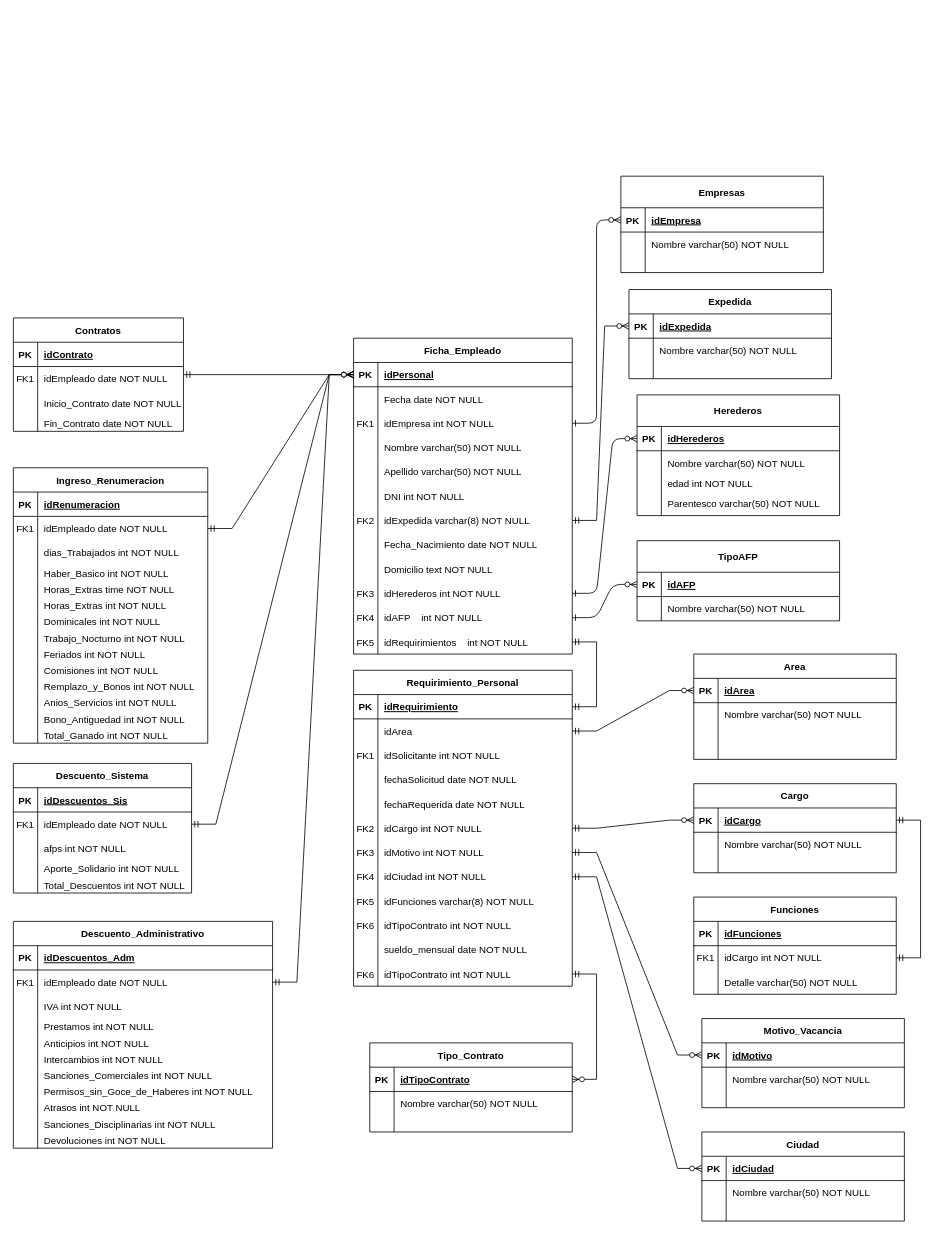
Before: Diagrama sin título.drawio in tomyivan/diagramas-DB, a draw.io diagram. Source tidied: cells renumbered, new cells numbered last; positions are measured from the earlier drawing's top-left corner, leaving out a move shared by most shapes. Both pictures are drawn from the tidied source at 81%, with x=0, y=0 at pixel (13, 176).
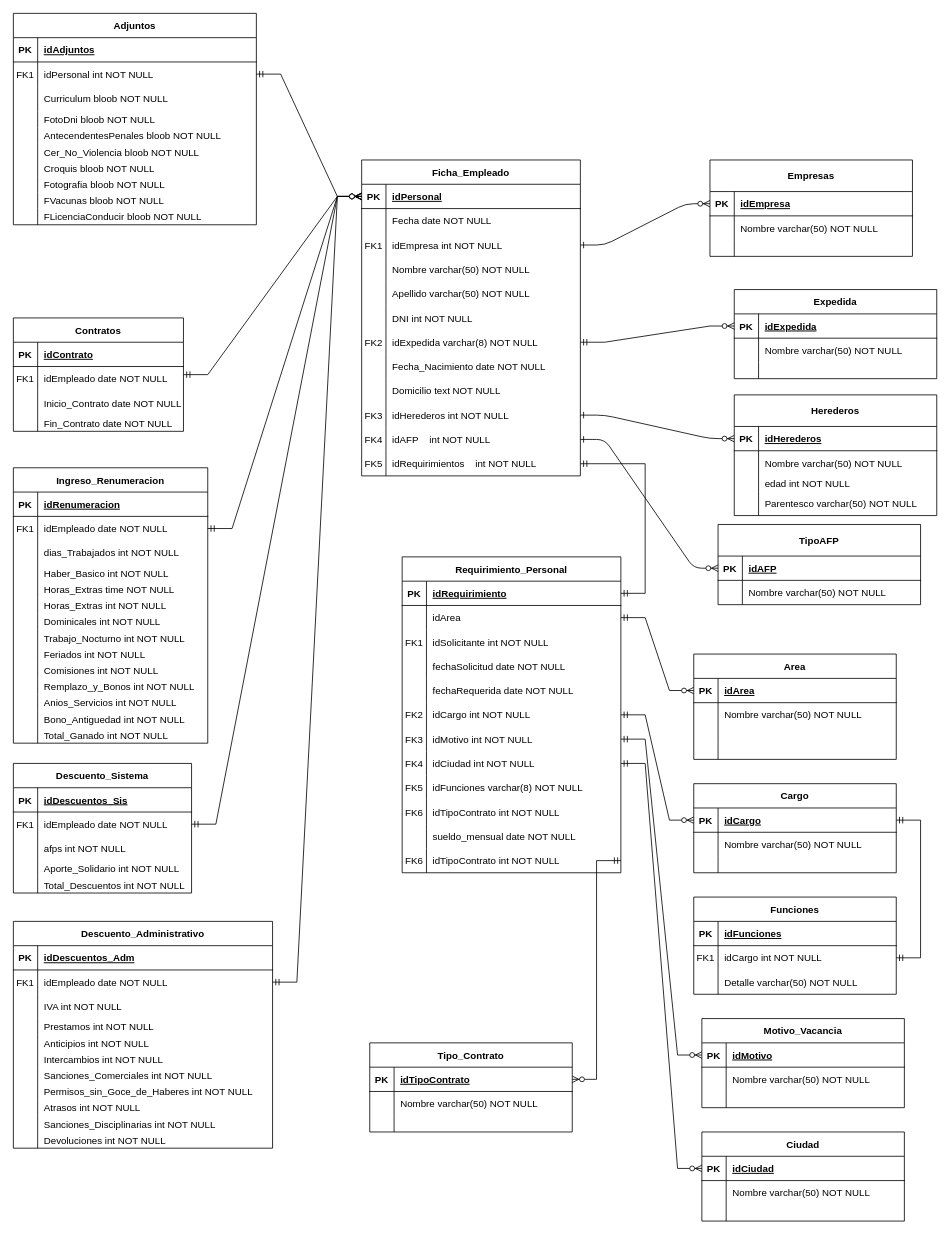
The same page after the edit.

Unchanged cells that the change refers to:
```xml
<mxCell id="13" style="shape=partialRectangle;fillColor=none;points=[[0,0.5],[1,0.5]];portConstraint=eastwest;top=0;left=0;right=0;bottom=1;" parent="12" vertex="1">
  <mxGeometry y="30" width="270" height="30" as="geometry" />
</mxCell>
```

What changed in the source:
```diff
@@
     <mxCell id="2" value="Empresas" style="shape=table;startSize=39;childLayout=tableLayout;rowLines=0;fontStyle=1;align=center;" parent="1" vertex="1">
-      <mxGeometry x="750" width="250" height="119" as="geometry" />
+      <mxGeometry x="860" y="-20" width="250" height="119" as="geometry" />
     </mxCell>
@@
     <mxCell id="12" value="Ficha_Empleado" style="shape=table;startSize=30;childLayout=tableLayout;rowLines=0;fontStyle=1;align=center;" parent="1" vertex="1">
-      <mxGeometry x="420" y="200" width="270" height="390" as="geometry" />
+      <mxGeometry x="430" y="-20" width="270" height="390" as="geometry" />
     </mxCell>
@@
     <mxCell id="73" value="Expedida" style="shape=table;startSize=30;childLayout=tableLayout;rowLines=0;fontStyle=1;align=center;" parent="1" vertex="1">
-      <mxGeometry x="760" y="140" width="250" height="110" as="geometry" />
+      <mxGeometry x="890" y="140" width="250" height="110" as="geometry" />
     </mxCell>
@@
     <mxCell id="218" value="Requirimiento_Personal" style="shape=table;startSize=30;childLayout=tableLayout;rowLines=0;fontStyle=1;align=center;" parent="1" vertex="1">
-      <mxGeometry x="420" y="610" width="270" height="390" as="geometry" />
+      <mxGeometry x="480" y="470" width="270" height="390" as="geometry" />
     </mxCell>
@@
     <mxCell id="277" value="Herederos" style="shape=table;startSize=39;childLayout=tableLayout;rowLines=0;fontStyle=1;align=center;" parent="1" vertex="1">
-      <mxGeometry x="770" y="270" width="250" height="149" as="geometry" />
+      <mxGeometry x="890" y="270" width="250" height="149" as="geometry" />
     </mxCell>
@@
     <mxCell id="290" value="TipoAFP" style="shape=table;startSize=39;childLayout=tableLayout;rowLines=0;fontStyle=1;align=center;" parent="1" vertex="1">
-      <mxGeometry x="770" y="450" width="250" height="99" as="geometry" />
+      <mxGeometry x="870" y="430" width="250" height="99" as="geometry" />
     </mxCell>
@@
+    <mxCell id="300" value="Adjuntos" style="shape=table;startSize=30;childLayout=tableLayout;rowLines=0;fontStyle=1;align=center;" parent="1" vertex="1">
+      <mxGeometry y="-201" width="300" height="261" as="geometry" />
+    </mxCell>
+    <mxCell id="301" style="shape=partialRectangle;fillColor=none;top=0;left=0;right=0;bottom=1;" parent="300" vertex="1">
+      <mxGeometry y="30" width="300" height="30" as="geometry" />
+    </mxCell>
+    <mxCell id="302" value="PK" style="shape=partialRectangle;overflow=hidden;fillColor=none;top=0;left=0;bottom=0;right=0;fontStyle=1;" parent="301" vertex="1">
+      <mxGeometry width="30" height="30" as="geometry" />
+    </mxCell>
+    <mxCell id="303" value="idAdjuntos" style="shape=partialRectangle;overflow=hidden;fillColor=none;top=0;left=0;bottom=0;right=0;align=left;spacingLeft=6;fontStyle=5;" parent="301" vertex="1">
+      <mxGeometry x="30" width="270" height="30" as="geometry" />
+    </mxCell>
+    <mxCell id="304" style="shape=partialRectangle;fillColor=none;points=[[0,0.5],[1,0.5]];portConstraint=eastwest;top=0;left=0;right=0;bottom=0;" parent="300" vertex="1">
+      <mxGeometry y="60" width="300" height="30" as="geometry" />
+    </mxCell>
+    <mxCell id="305" value="FK1" style="shape=partialRectangle;overflow=hidden;fillColor=none;top=0;left=0;bottom=0;right=0;" parent="304" vertex="1">
+      <mxGeometry width="30" height="30" as="geometry" />
+    </mxCell>
+    <mxCell id="306" value="idPersonal int NOT NULL" style="shape=partialRectangle;overflow=hidden;fillColor=none;top=0;left=0;bottom=0;right=0;align=left;spacingLeft=6;" parent="304" vertex="1">
+      <mxGeometry x="30" width="270" height="30" as="geometry" />
+    </mxCell>
+    <mxCell id="307" style="shape=partialRectangle;fillColor=none;top=0;left=0;right=0;bottom=0;" parent="300" vertex="1">
+      <mxGeometry y="90" width="300" height="31" as="geometry" />
+    </mxCell>
+    <mxCell id="308" style="shape=partialRectangle;overflow=hidden;fillColor=none;top=0;left=0;bottom=0;right=0;" parent="307" vertex="1">
+      <mxGeometry width="30" height="31" as="geometry" />
+    </mxCell>
+    <mxCell id="309" value="Curriculum bloob NOT NULL" style="shape=partialRectangle;overflow=hidden;fillColor=none;top=0;left=0;bottom=0;right=0;align=left;spacingLeft=6;" parent="307" vertex="1">
+      <mxGeometry x="30" width="270" height="31" as="geometry" />
+    </mxCell>
+    <mxCell id="310" style="shape=partialRectangle;fillColor=none;top=0;left=0;right=0;bottom=0;" parent="300" vertex="1">
+      <mxGeometry y="121" width="300" height="20" as="geometry" />
+    </mxCell>
+    <mxCell id="311" style="shape=partialRectangle;overflow=hidden;fillColor=none;top=0;left=0;bottom=0;right=0;" parent="310" vertex="1">
+      <mxGeometry width="30" height="20" as="geometry" />
+    </mxCell>
+    <mxCell id="312" value="FotoDni bloob NOT NULL" style="shape=partialRectangle;overflow=hidden;fillColor=none;top=0;left=0;bottom=0;right=0;align=left;spacingLeft=6;" parent="310" vertex="1">
+      <mxGeometry x="30" width="270" height="20" as="geometry" />
+    </mxCell>
+    <mxCell id="313" style="shape=partialRectangle;fillColor=none;top=0;left=0;right=0;bottom=0;" parent="300" vertex="1">
+      <mxGeometry y="141" width="300" height="20" as="geometry" />
+    </mxCell>
+    <mxCell id="314" style="shape=partialRectangle;overflow=hidden;fillColor=none;top=0;left=0;bottom=0;right=0;" parent="313" vertex="1">
+      <mxGeometry width="30" height="20" as="geometry" />
+    </mxCell>
+    <mxCell id="315" value="AntecendentesPenales bloob NOT NULL" style="shape=partialRectangle;overflow=hidden;fillColor=none;top=0;left=0;bottom=0;right=0;align=left;spacingLeft=6;" parent="313" vertex="1">
+      <mxGeometry x="30" width="270" height="20" as="geometry" />
+    </mxCell>
+    <mxCell id="316" style="shape=partialRectangle;fillColor=none;top=0;left=0;right=0;bottom=0;" parent="300" vertex="1">
+      <mxGeometry y="161" width="300" height="20" as="geometry" />
+    </mxCell>
+    <mxCell id="317" style="shape=partialRectangle;overflow=hidden;fillColor=none;top=0;left=0;bottom=0;right=0;" parent="316" vertex="1">
+      <mxGeometry width="30" height="20" as="geometry" />
+    </mxCell>
+    <mxCell id="318" value="Cer_No_Violencia bloob NOT NULL" style="shape=partialRectangle;overflow=hidden;fillColor=none;top=0;left=0;bottom=0;right=0;align=left;spacingLeft=6;" parent="316" vertex="1">
+      <mxGeometry x="30" width="270" height="20" as="geometry" />
+    </mxCell>
+    <mxCell id="319" style="shape=partialRectangle;fillColor=none;top=0;left=0;right=0;bottom=0;" parent="300" vertex="1">
+      <mxGeometry y="181" width="300" height="20" as="geometry" />
+    </mxCell>
+    <mxCell id="320" style="shape=partialRectangle;overflow=hidden;fillColor=none;top=0;left=0;bottom=0;right=0;" parent="319" vertex="1">
+      <mxGeometry width="30" height="20" as="geometry" />
+    </mxCell>
+    <mxCell id="321" value="Croquis bloob NOT NULL" style="shape=partialRectangle;overflow=hidden;fillColor=none;top=0;left=0;bottom=0;right=0;align=left;spacingLeft=6;" parent="319" vertex="1">
+      <mxGeometry x="30" width="270" height="20" as="geometry" />
+    </mxCell>
+    <mxCell id="322" style="shape=partialRectangle;fillColor=none;top=0;left=0;right=0;bottom=0;" parent="300" vertex="1">
+      <mxGeometry y="201" width="300" height="20" as="geometry" />
+    </mxCell>
+    <mxCell id="323" style="shape=partialRectangle;overflow=hidden;fillColor=none;top=0;left=0;bottom=0;right=0;" parent="322" vertex="1">
+      <mxGeometry width="30" height="20" as="geometry" />
+    </mxCell>
+    <mxCell id="324" value="Fotografia bloob NOT NULL" style="shape=partialRectangle;overflow=hidden;fillColor=none;top=0;left=0;bottom=0;right=0;align=left;spacingLeft=6;" parent="322" vertex="1">
+      <mxGeometry x="30" width="270" height="20" as="geometry" />
+    </mxCell>
+    <mxCell id="325" style="shape=partialRectangle;fillColor=none;top=0;left=0;right=0;bottom=0;" parent="300" vertex="1">
+      <mxGeometry y="221" width="300" height="20" as="geometry" />
+    </mxCell>
+    <mxCell id="326" style="shape=partialRectangle;overflow=hidden;fillColor=none;top=0;left=0;bottom=0;right=0;" parent="325" vertex="1">
+      <mxGeometry width="30" height="20" as="geometry" />
+    </mxCell>
+    <mxCell id="327" value="FVacunas bloob NOT NULL" style="shape=partialRectangle;overflow=hidden;fillColor=none;top=0;left=0;bottom=0;right=0;align=left;spacingLeft=6;" parent="325" vertex="1">
+      <mxGeometry x="30" width="270" height="20" as="geometry" />
+    </mxCell>
+    <mxCell id="328" style="shape=partialRectangle;fillColor=none;top=0;left=0;right=0;bottom=0;" parent="300" vertex="1">
+      <mxGeometry y="241" width="300" height="20" as="geometry" />
+    </mxCell>
+    <mxCell id="329" style="shape=partialRectangle;overflow=hidden;fillColor=none;top=0;left=0;bottom=0;right=0;" parent="328" vertex="1">
+      <mxGeometry width="30" height="20" as="geometry" />
+    </mxCell>
+    <mxCell id="330" value="FLicenciaConducir bloob NOT NULL" style="shape=partialRectangle;overflow=hidden;fillColor=none;top=0;left=0;bottom=0;right=0;align=left;spacingLeft=6;" parent="328" vertex="1">
+      <mxGeometry x="30" width="270" height="20" as="geometry" />
+    </mxCell>
+    <mxCell id="331" style="edgeStyle=entityRelationEdgeStyle;fontSize=12;html=1;endArrow=ERzeroToMany;startArrow=ERmandOne;rounded=0;" parent="1" edge="1" source="304" target="13">
+      <mxGeometry x="-0.22" y="-29" relative="1" as="geometry" />
+    </mxCell>
```
